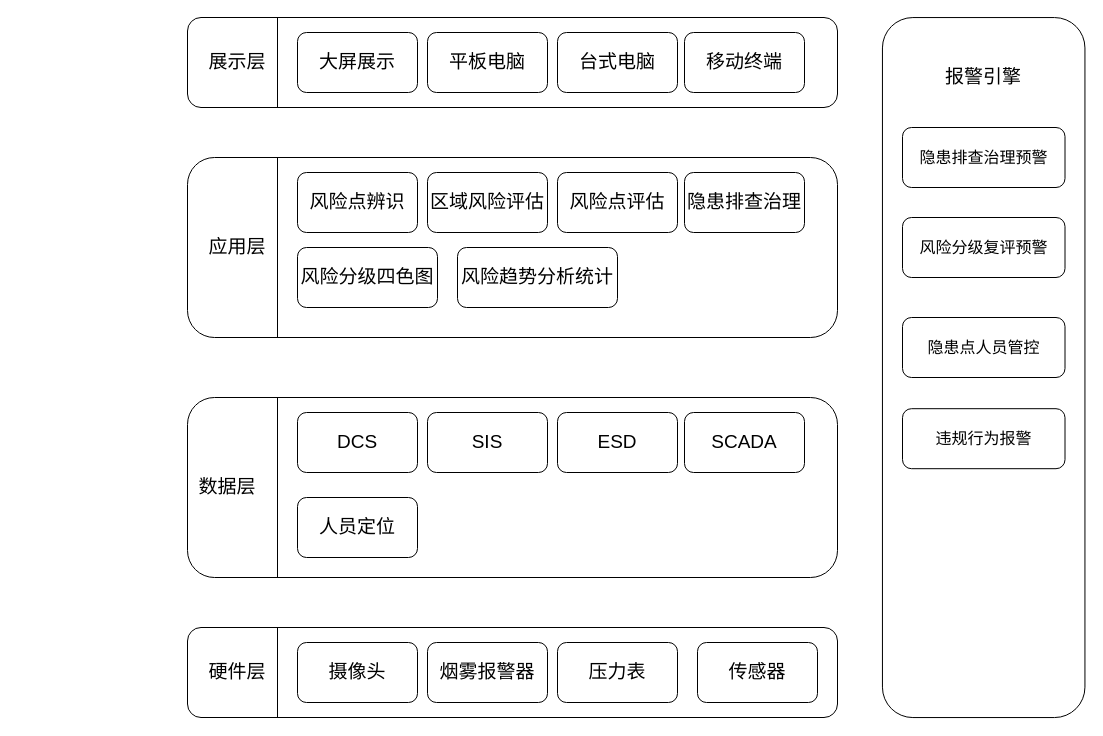
The draw.io diagram 未命名绘图.drawio in YangDongDD/-, before the edit. Source tidied: cells renumbered, new cells numbered last; positions are measured from the earlier drawing's top-left corner, leaving out a move shared by most shapes. Both pictures are drawn from the tidied source at 100%, with x=0, y=0 at pixel (187, 17).
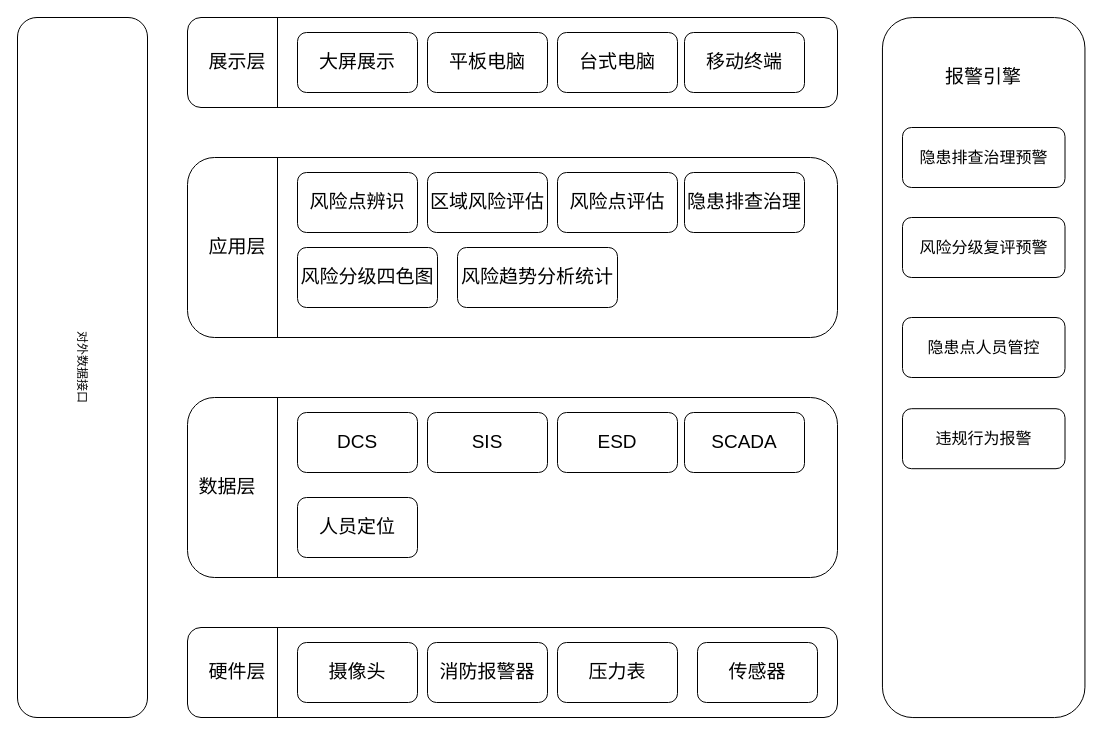
The same diagram, later.

Commit message:
更新未命名绘图.drawio

What changed in the source:
```diff
@@
-    <mxCell id="31" value="烟雾报警器" style="rounded=1;whiteSpace=wrap;html=1;fontSize=19;" parent="1" vertex="1">
+    <mxCell id="31" value="消防报警器" style="rounded=1;whiteSpace=wrap;html=1;fontSize=19;" parent="1" vertex="1">
       <mxGeometry x="240" y="625" width="120" height="60" as="geometry" />
     </mxCell>
@@
+    <mxCell id="39" value="对外数据接口" style="rounded=1;whiteSpace=wrap;html=1;rotation=90;" parent="1" vertex="1">
+      <mxGeometry x="-455" y="285" width="700" height="130" as="geometry" />
+    </mxCell>
```
